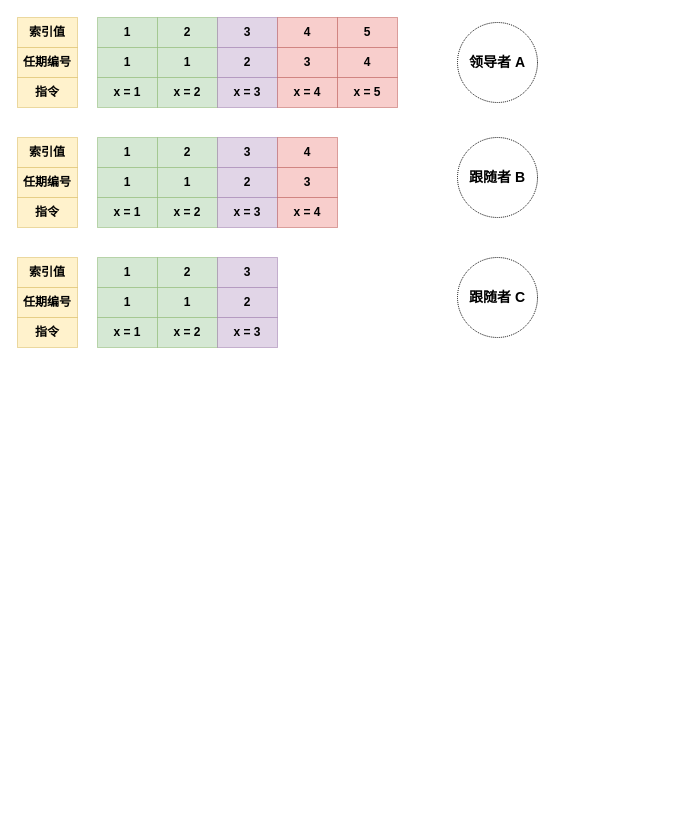
Earlier version of the draw.io diagram raft_msg.drawio (ming3000/draw_io). Source tidied: cells renumbered, new cells numbered last; positions are measured from the earlier drawing's top-left corner, leaving out a move shared by most shapes. Both pictures are drawn from the tidied source at 100%, with x=0, y=0 at pixel (17, 17).
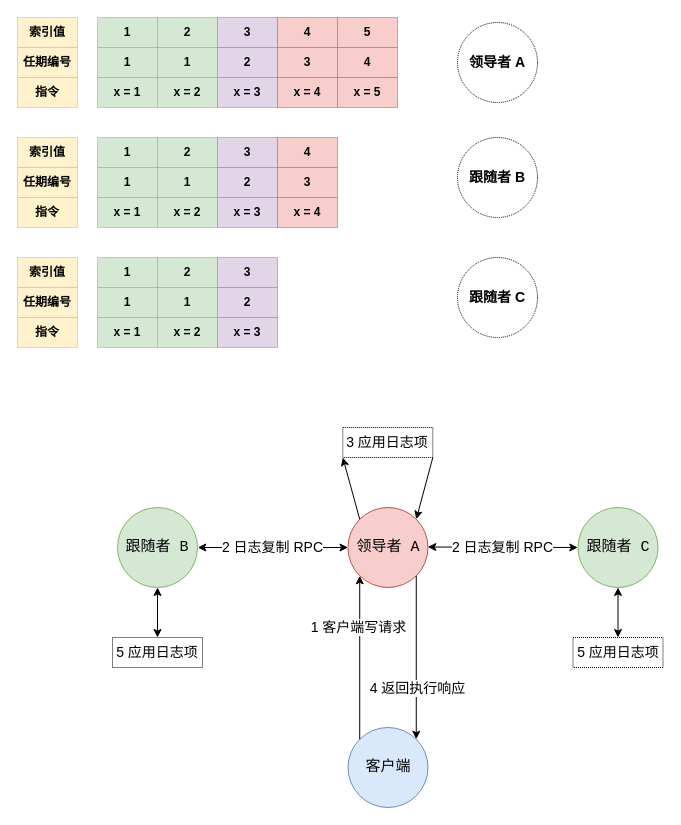
The same page after the edit.

What changed in the source:
```diff
@@
+    <mxCell id="50" value="跟随者 B" style="ellipse;whiteSpace=wrap;html=1;fontFamily=Courier New;fontSize=15;fillColor=#d5e8d4;strokeColor=#82b366;" parent="1" vertex="1">
+      <mxGeometry x="100" y="490" width="80" height="80" as="geometry" />
+    </mxCell>
+    <mxCell id="51" value="跟随者 C" style="ellipse;whiteSpace=wrap;html=1;fontFamily=Courier New;fontSize=15;fillColor=#d5e8d4;strokeColor=#82b366;" parent="1" vertex="1">
+      <mxGeometry x="560.5" y="490" width="80" height="80" as="geometry" />
+    </mxCell>
+    <mxCell id="52" value="领导者 A" style="ellipse;whiteSpace=wrap;html=1;fontFamily=Courier New;fontSize=15;fillColor=#f8cecc;strokeColor=#b85450;" parent="1" vertex="1">
+      <mxGeometry x="330.5" y="490" width="80" height="80" as="geometry" />
+    </mxCell>
+    <mxCell id="53" value="2 日志复制 RPC" style="endArrow=classic;startArrow=classic;html=1;rounded=0;fontSize=14;entryX=0;entryY=0.5;entryDx=0;entryDy=0;" parent="1" edge="1" target="52">
+      <mxGeometry relative="1" as="geometry">
+        <mxPoint x="180.3" y="530" as="sourcePoint" />
+      </mxGeometry>
+    </mxCell>
+    <mxCell id="54" value="2 日志复制 RPC" style="endArrow=classic;startArrow=classic;html=1;rounded=0;fontSize=14;" parent="1" edge="1">
+      <mxGeometry relative="1" as="geometry">
+        <mxPoint x="410.3" y="529.5" as="sourcePoint" />
+        <mxPoint x="560.3" y="530" as="targetPoint" />
+      </mxGeometry>
+    </mxCell>
+    <mxCell id="55" value="客户端" style="ellipse;whiteSpace=wrap;html=1;fontFamily=Courier New;fontSize=15;fillColor=#dae8fc;strokeColor=#6c8ebf;" parent="1" vertex="1">
+      <mxGeometry x="330.5" y="710" width="80" height="80" as="geometry" />
+    </mxCell>
+    <mxCell id="56" style="endArrow=classic;html=1;rounded=0;fontSize=14;exitX=0;exitY=0;exitDx=0;exitDy=0;entryX=0;entryY=1;entryDx=0;entryDy=0;" parent="1" edge="1" source="55" target="52">
+      <mxGeometry relative="1" as="geometry" />
+    </mxCell>
+    <mxCell id="57" value="1 客户端写请求" style="edgeLabel;html=1;align=center;verticalAlign=middle;fontSize=14;" parent="56" vertex="1">
+      <mxGeometry x="0.26" y="-1" relative="1" as="geometry">
+        <mxPoint x="-3" y="-9" as="offset" />
+      </mxGeometry>
+    </mxCell>
+    <mxCell id="58" style="endArrow=classic;html=1;rounded=0;fontSize=14;exitX=1;exitY=1;exitDx=0;exitDy=0;entryX=1;entryY=0;entryDx=0;entryDy=0;" parent="1" edge="1" source="52" target="55">
+      <mxGeometry relative="1" as="geometry" />
+    </mxCell>
+    <mxCell id="59" value="4 返回执行响应" style="edgeLabel;html=1;align=center;verticalAlign=middle;fontSize=14;" parent="58" vertex="1">
+      <mxGeometry x="0.47" y="1" relative="1" as="geometry">
+        <mxPoint y="-8" as="offset" />
+      </mxGeometry>
+    </mxCell>
+    <mxCell id="60" value="3 应用日志项" style="rounded=0;whiteSpace=wrap;html=1;dashed=1;dashPattern=1 1;fontSize=14;" parent="1" vertex="1">
+      <mxGeometry x="325.3" y="410" width="90" height="30" as="geometry" />
+    </mxCell>
+    <mxCell id="61" style="endArrow=classic;html=1;rounded=0;fontSize=14;exitX=0;exitY=0;exitDx=0;exitDy=0;entryX=0;entryY=1;entryDx=0;entryDy=0;" parent="1" edge="1" source="52" target="60">
+      <mxGeometry relative="1" as="geometry" />
+    </mxCell>
+    <mxCell id="62" style="endArrow=classic;html=1;rounded=0;fontSize=14;exitX=1;exitY=1;exitDx=0;exitDy=0;entryX=1;entryY=0;entryDx=0;entryDy=0;" parent="1" edge="1" source="60" target="52">
+      <mxGeometry relative="1" as="geometry" />
+    </mxCell>
+    <mxCell id="63" value="5 应用日志项" style="rounded=0;whiteSpace=wrap;html=1;dashed=1;dashPattern=1 1;fontSize=14;" parent="1" vertex="1">
+      <mxGeometry x="95" y="620" width="90" height="30" as="geometry" />
+    </mxCell>
+    <mxCell id="64" value="5 应用日志项" style="rounded=0;whiteSpace=wrap;html=1;dashed=1;dashPattern=1 1;fontSize=14;" parent="1" vertex="1">
+      <mxGeometry x="555.5" y="620" width="90" height="30" as="geometry" />
+    </mxCell>
+    <mxCell id="65" style="endArrow=classic;startArrow=classic;html=1;rounded=0;fontSize=14;exitX=0.5;exitY=1;exitDx=0;exitDy=0;entryX=0.5;entryY=0;entryDx=0;entryDy=0;" parent="1" edge="1" source="50" target="63">
+      <mxGeometry relative="1" as="geometry" />
+    </mxCell>
+    <mxCell id="66" style="endArrow=classic;startArrow=classic;html=1;rounded=0;fontSize=14;exitX=0.5;exitY=1;exitDx=0;exitDy=0;entryX=0.5;entryY=0;entryDx=0;entryDy=0;" parent="1" edge="1" source="51" target="64">
+      <mxGeometry relative="1" as="geometry" />
+    </mxCell>
```
